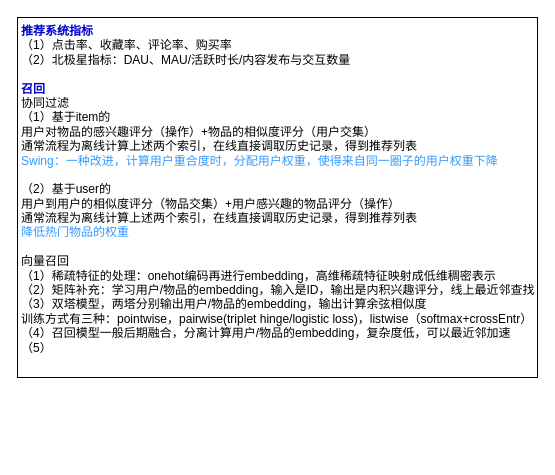
Before: 推荐学习笔记.drawio in limpid-11/drawio, a draw.io diagram. Source tidied: cells renumbered, new cells numbered last; positions are measured from the earlier drawing's top-left corner, leaving out a move shared by most shapes. Both pictures are drawn from the tidied source at 100%, with x=0, y=0 at pixel (17, 17).
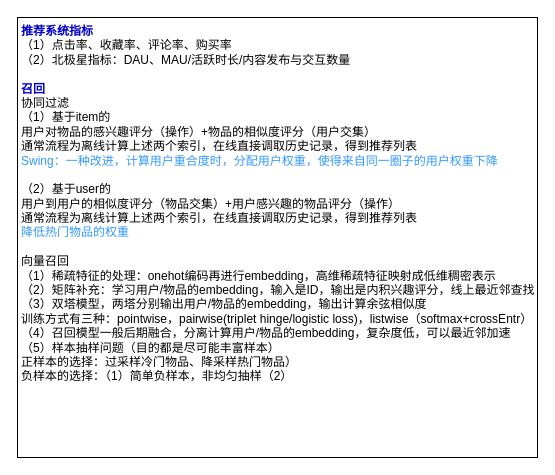
The same diagram, later.

Commit message:
更新推荐学习笔记.drawio

Change to the diagram source:
```diff
@@
 <mxGraphModel>
   <root>
     <mxCell id="0" />
     <mxCell id="1" parent="0" />
-    <mxCell id="2" value="&lt;font color=&quot;#0000cc&quot;&gt;&lt;b&gt;推荐系统指标&lt;/b&gt;&lt;/font&gt;&lt;div&gt;（1）点击率、收藏率、评论率、购买率&lt;/div&gt;&lt;div&gt;（2）北极星指标：DAU、MAU/活跃时长/内容发布与交互数量&lt;/div&gt;&lt;div&gt;&lt;br&gt;&lt;/div&gt;&lt;div&gt;&lt;font color=&quot;#0000cc&quot;&gt;&lt;b&gt;召回&lt;/b&gt;&lt;/font&gt;&lt;/div&gt;&lt;div&gt;协同过滤&lt;/div&gt;&lt;div&gt;（1）基于item的&lt;/div&gt;&lt;div&gt;用户对物品的感兴趣评分（操作）+物品的相似度评分（用户交集）&lt;/div&gt;&lt;div&gt;通常流程为离线计算上述两个索引，在线直接调取历史记录，得到推荐列表&lt;/div&gt;&lt;div&gt;&lt;font color=&quot;#3399ff&quot;&gt;Swing：一种改进，计算用户重合度时，分配用户权重，使得来自同一圈子的用户权重下降&lt;/font&gt;&lt;/div&gt;&lt;div&gt;&lt;br&gt;&lt;/div&gt;&lt;div&gt;（2）基于user的&lt;/div&gt;&lt;div&gt;用户到用户的相似度评分（物品交集）+用户感兴趣的物品评分（操作）&lt;/div&gt;&lt;div&gt;通常流程为离线计算上述两个索引，在线直接调取历史记录，得到推荐列表&lt;br&gt;&lt;/div&gt;&lt;div&gt;&lt;font color=&quot;#3399ff&quot;&gt;降低热门物品的权重&lt;/font&gt;&lt;/div&gt;&lt;div&gt;&lt;br&gt;&lt;/div&gt;&lt;div&gt;向量召回&lt;/div&gt;&lt;div&gt;（1）稀疏特征的处理：onehot编码再进行embedding，高维稀疏特征映射成低维稠密表示&lt;/div&gt;&lt;div&gt;（2）矩阵补充：学习用户/物品的embedding，输入是ID，输出是内积兴趣评分，线上最近邻查找&lt;/div&gt;&lt;div&gt;（3）双塔模型，两塔分别输出用户/物品的embedding，输出计算余弦相似度&lt;/div&gt;&lt;div&gt;训练方式有三种：pointwise，pairwise(triplet hinge/logistic loss)，listwise（softmax+crossEntr）&lt;/div&gt;&lt;div&gt;（4）召回模型一般后期融合，分离计算用户/物品的embedding，复杂度低，可以最近邻加速&lt;/div&gt;&lt;div&gt;（5）&lt;/div&gt;&lt;div&gt;&lt;br&gt;&lt;/div&gt;" style="rounded=0;whiteSpace=wrap;html=1;align=left;verticalAlign=top;spacingLeft=2;" parent="1" vertex="1">
-      <mxGeometry width="520" height="360" as="geometry" />
+    <mxCell id="2" value="&lt;font color=&quot;#0000cc&quot;&gt;&lt;b&gt;推荐系统指标&lt;/b&gt;&lt;/font&gt;&lt;div&gt;（1）点击率、收藏率、评论率、购买率&lt;/div&gt;&lt;div&gt;（2）北极星指标：DAU、MAU/活跃时长/内容发布与交互数量&lt;/div&gt;&lt;div&gt;&lt;br&gt;&lt;/div&gt;&lt;div&gt;&lt;font color=&quot;#0000cc&quot;&gt;&lt;b&gt;召回&lt;/b&gt;&lt;/font&gt;&lt;/div&gt;&lt;div&gt;协同过滤&lt;/div&gt;&lt;div&gt;（1）基于item的&lt;/div&gt;&lt;div&gt;用户对物品的感兴趣评分（操作）+物品的相似度评分（用户交集）&lt;/div&gt;&lt;div&gt;通常流程为离线计算上述两个索引，在线直接调取历史记录，得到推荐列表&lt;/div&gt;&lt;div&gt;&lt;font color=&quot;#3399ff&quot;&gt;Swing：一种改进，计算用户重合度时，分配用户权重，使得来自同一圈子的用户权重下降&lt;/font&gt;&lt;/div&gt;&lt;div&gt;&lt;br&gt;&lt;/div&gt;&lt;div&gt;（2）基于user的&lt;/div&gt;&lt;div&gt;用户到用户的相似度评分（物品交集）+用户感兴趣的物品评分（操作）&lt;/div&gt;&lt;div&gt;通常流程为离线计算上述两个索引，在线直接调取历史记录，得到推荐列表&lt;br&gt;&lt;/div&gt;&lt;div&gt;&lt;font color=&quot;#3399ff&quot;&gt;降低热门物品的权重&lt;/font&gt;&lt;/div&gt;&lt;div&gt;&lt;br&gt;&lt;/div&gt;&lt;div&gt;向量召回&lt;/div&gt;&lt;div&gt;（1）稀疏特征的处理：onehot编码再进行embedding，高维稀疏特征映射成低维稠密表示&lt;/div&gt;&lt;div&gt;（2）矩阵补充：学习用户/物品的embedding，输入是ID，输出是内积兴趣评分，线上最近邻查找&lt;/div&gt;&lt;div&gt;（3）双塔模型，两塔分别输出用户/物品的embedding，输出计算余弦相似度&lt;/div&gt;&lt;div&gt;训练方式有三种：pointwise，pairwise(triplet hinge/logistic loss)，listwise（softmax+crossEntr）&lt;/div&gt;&lt;div&gt;（4）召回模型一般后期融合，分离计算用户/物品的embedding，复杂度低，可以最近邻加速&lt;/div&gt;&lt;div&gt;（5）样本抽样问题（目的都是尽可能丰富样本）&lt;/div&gt;&lt;div&gt;正样本的选择：过采样冷门物品、降采样热门物品）&lt;/div&gt;&lt;div&gt;负样本的选择：&lt;span style=&quot;background-color: initial;&quot;&gt;（1）简单负样本，非均匀抽样（2）&lt;/span&gt;&lt;/div&gt;&lt;div&gt;&lt;br&gt;&lt;/div&gt;" style="rounded=0;whiteSpace=wrap;html=1;align=left;verticalAlign=top;spacingLeft=2;" parent="1" vertex="1">
+      <mxGeometry width="520" height="440" as="geometry" />
     </mxCell>
   </root>
 </mxGraphModel>
```
